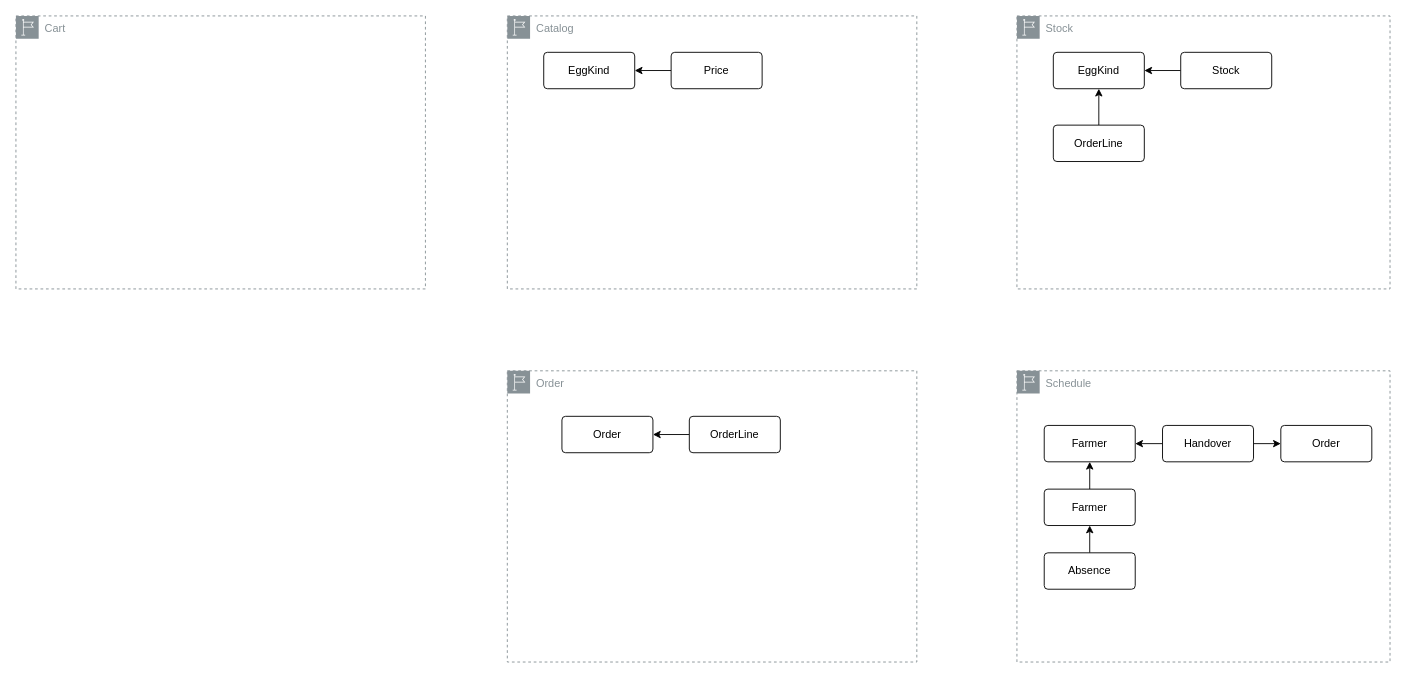
oldrich-todt/Eggcelent keeps this draw.io diagram as diagrams/services-decomposition.drawio. Above is the earlier version. Source tidied: cells renumbered, new cells numbered last; positions are measured from the earlier drawing's top-left corner, leaving out a move shared by most shapes. Both pictures are drawn from the tidied source at 91%, with x=0, y=0 at pixel (15, 15).
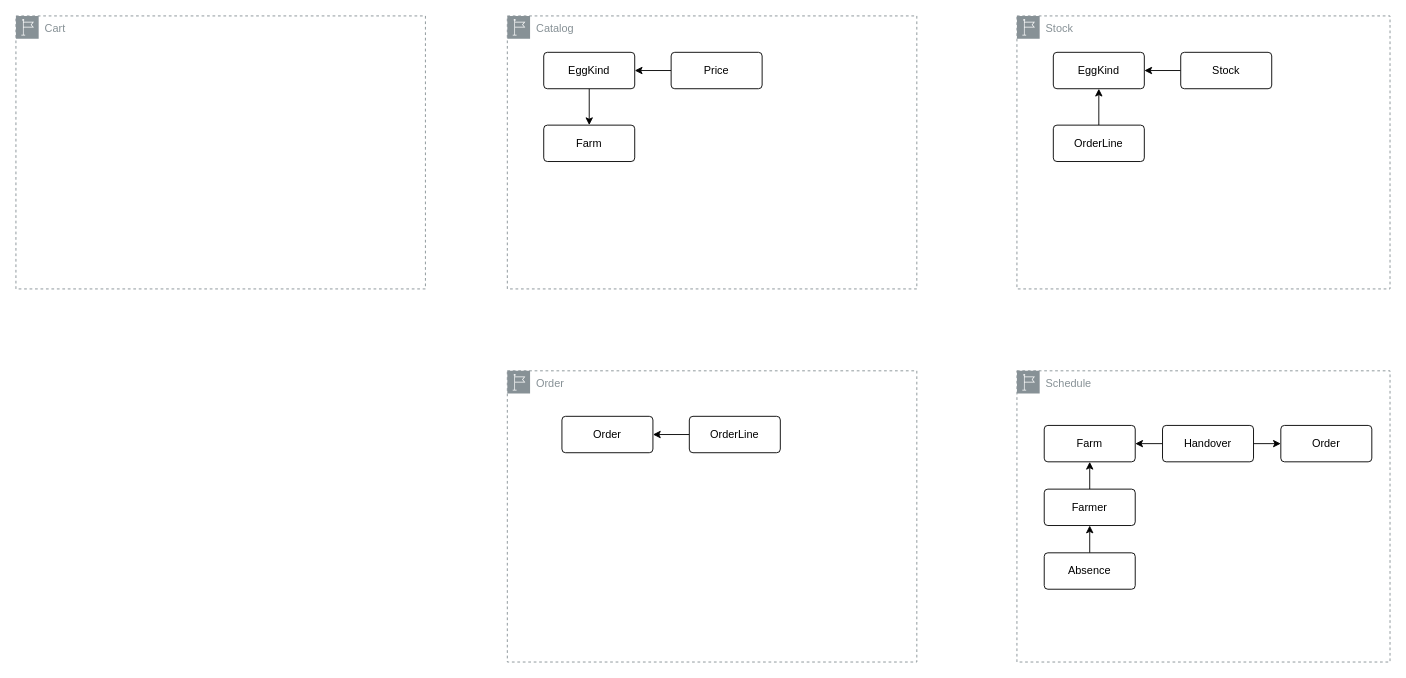
After the change.

Unchanged cells that the change refers to:
```xml
<mxCell id="6" value="EggKind" style="rounded=1;arcSize=10;whiteSpace=wrap;html=1;align=center;" parent="1" vertex="1">
  <mxGeometry x="580" y="40" width="100" height="40" as="geometry" />
</mxCell>
```

What changed in the source:
```diff
@@
+    <mxCell id="27" style="edgeStyle=none;html=1;" parent="1" edge="1" source="6" target="28">
+      <mxGeometry relative="1" as="geometry" />
+    </mxCell>
@@
-    <mxCell id="25" value="Farmer" style="rounded=1;arcSize=10;whiteSpace=wrap;html=1;align=center;" parent="1" vertex="1">
+    <mxCell id="25" value="Farm" style="rounded=1;arcSize=10;whiteSpace=wrap;html=1;align=center;" parent="1" vertex="1">
       <mxGeometry x="1130" y="450" width="100" height="40" as="geometry" />
     </mxCell>
@@
+    <mxCell id="28" value="Farm" style="rounded=1;arcSize=10;whiteSpace=wrap;html=1;align=center;" parent="1" vertex="1">
+      <mxGeometry x="580" y="120" width="100" height="40" as="geometry" />
+    </mxCell>
```
